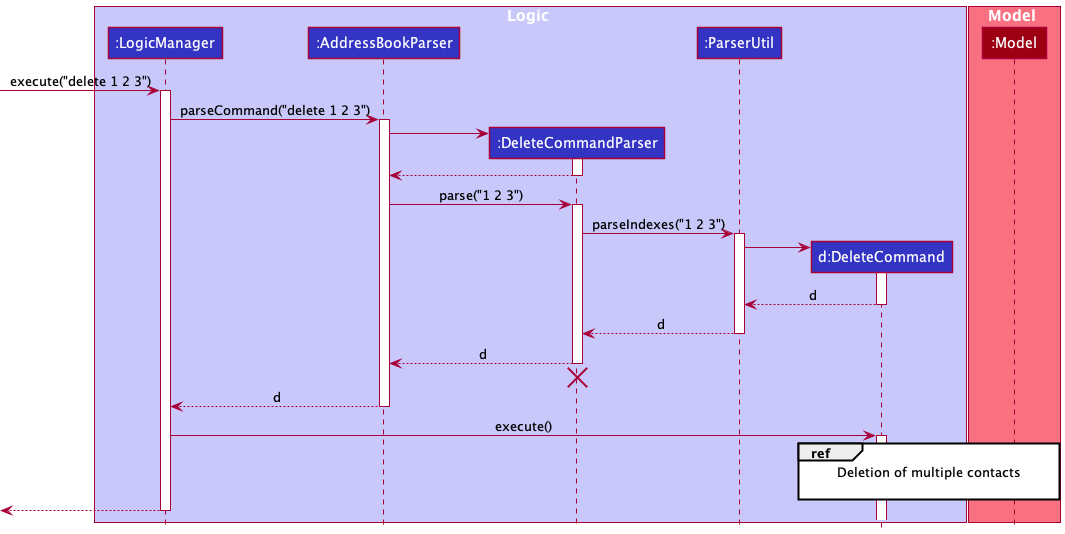
Earlier version of the PlantUML export docs/images/DeleteMultipleSequenceDiagram0.png (nus-cs2103-AY2122S2/tp). Source of this version:
```plantuml
@startuml
!include style.puml

box Logic LOGIC_COLOR_T1
participant ":LogicManager" as LogicManager LOGIC_COLOR
participant ":AddressBookParser" as AddressBookParser LOGIC_COLOR
participant ":DeleteCommandParser" as DeleteCommandParser LOGIC_COLOR
participant ":ParserUtil" as ParserUtil LOGIC_COLOR
participant "d:DeleteCommand" as DeleteCommand LOGIC_COLOR
end box

box Model MODEL_COLOR_T1
participant ":Model" as Model MODEL_COLOR
end box

[-> LogicManager : execute("delete 1 2 3")
activate LogicManager

LogicManager -> AddressBookParser : parseCommand("delete 1 2 3")
activate AddressBookParser

create DeleteCommandParser
AddressBookParser -> DeleteCommandParser
activate DeleteCommandParser

DeleteCommandParser --> AddressBookParser
deactivate DeleteCommandParser

AddressBookParser -> DeleteCommandParser : parse("1 2 3")
activate DeleteCommandParser

DeleteCommandParser -> ParserUtil : parseIndexes("1 2 3")
activate ParserUtil
create DeleteCommand
ParserUtil -> DeleteCommand
activate DeleteCommand

DeleteCommand --> ParserUtil : d
deactivate DeleteCommand
ParserUtil --> DeleteCommandParser : d
deactivate ParserUtil

DeleteCommandParser --> AddressBookParser : d
deactivate DeleteCommandParser
DeleteCommandParser -[hidden]-> AddressBookParser
destroy DeleteCommandParser

AddressBookParser --> LogicManager : d
deactivate AddressBookParser

LogicManager -> DeleteCommand : execute()
activate DeleteCommand

ref over DeleteCommand, Model
Deletion of multiple contacts

end ref

[<--LogicManager
deactivate LogicManager
@enduml
```
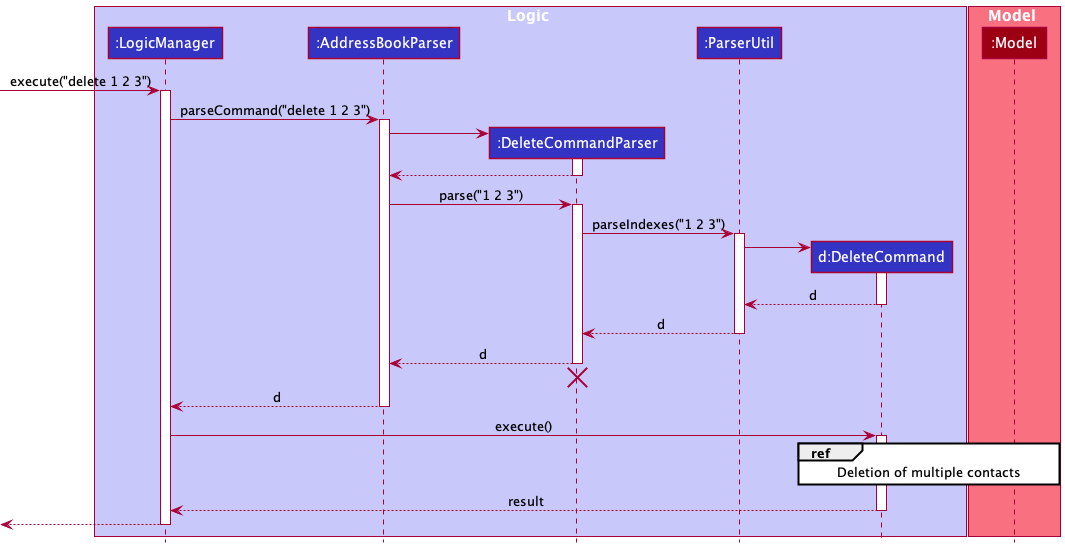
After the change.

Commit message:
Fix error in DeleteMultipleSequenceDiagram

Diff of the diagram source:
```diff
@@ -53,8 +53,11 @@
 
 ref over DeleteCommand, Model
 Deletion of multiple contacts
+end ref
 
-end ref
+DeleteCommand --> LogicManager : result
+deactivate DeleteCommand
+
 
 [<--LogicManager
 deactivate LogicManager
```
